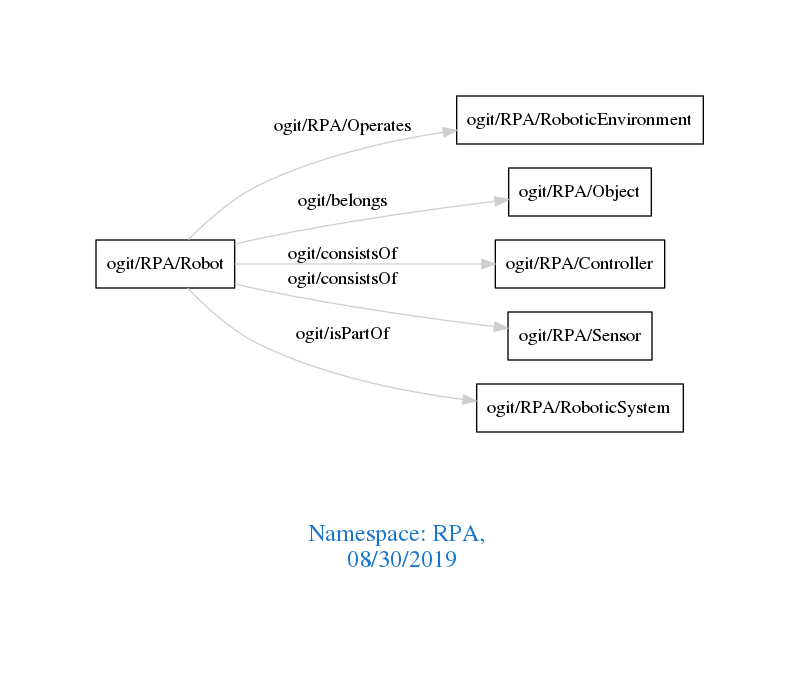
Before: downloads/RPA.png, a diagram exported from Graphviz (arago/OGIT). Its source is kept beside it as downloads/RPA.dot.
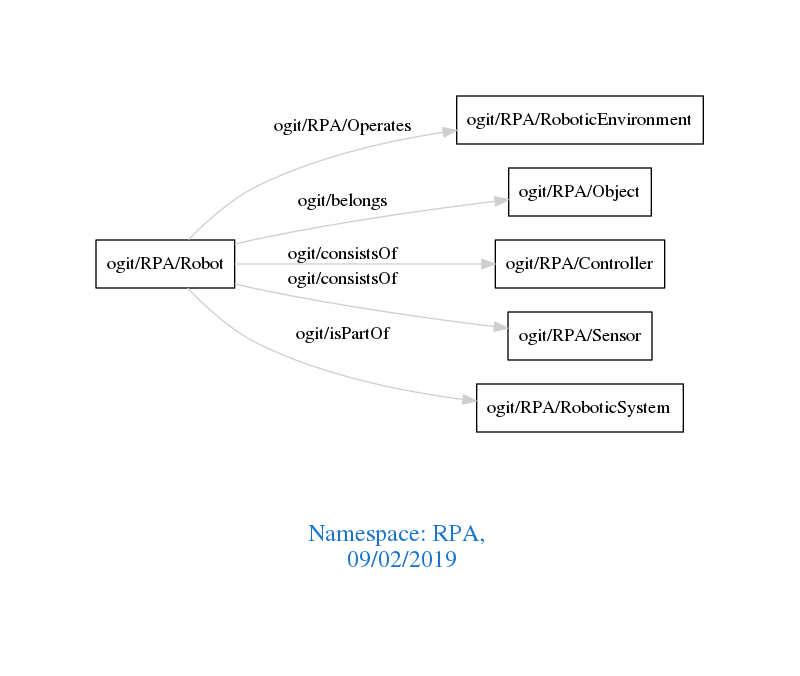
Later version of the same file.

Change to the diagram source:
```diff
@@ -1,7 +1,7 @@
 digraph OGIT_ontology {
  graph [ rankdir= LR,pad=1
 fontsize = 18,
-fontcolor= dodgerblue3,label = "\n\n\nNamespace: RPA, \n 08/30/2019"];
+fontcolor= dodgerblue3,label = "\n\n\nNamespace: RPA, \n 09/02/2019"];
 node[shape=polygon];
 edge [  color="gray81"];
 
```
